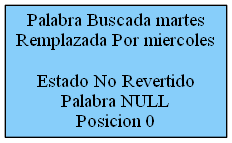
Before: uedit/PilaNoRevertidos.png, a diagram exported from Graphviz (ChrisUSAC/EDD_1S2020_P1_201709272). Its source is kept beside it as uedit/PilaNoRevertidos.dot.
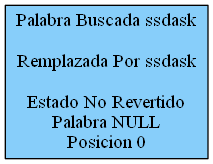
Later version of the same file.

The edit, as a diff of the source:
```diff
@@ -1,8 +1,9 @@
 digraph p{
 rankdir=LR
 node[ shape = box]
-0[label = "Palabra Buscada martes
-Remplazada Por miercoles
+0[label = "Palabra Buscada ssdask
+
+Remplazada Por ssdask
 
 Estado No Revertido
 Palabra NULL
```
